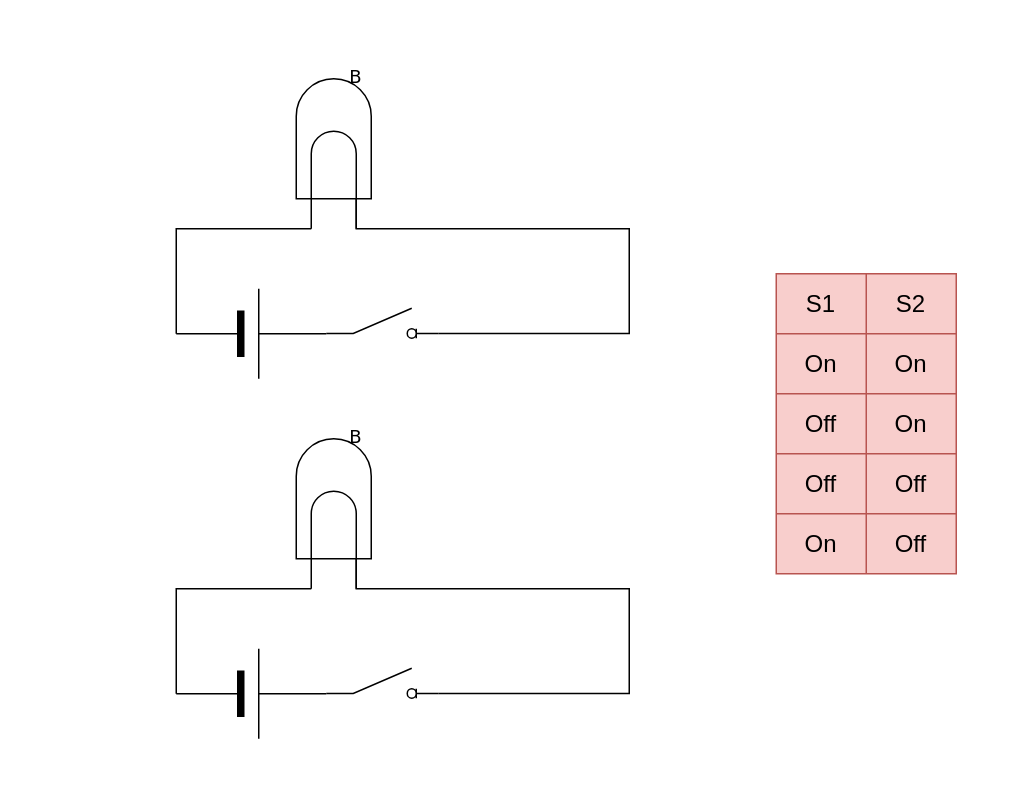
Above: page "Two Switches" (2 of 3) of Untitled Diagram.drawio in saumitraj/pythonforschool (draw.io), before the change. Source tidied: cells renumbered, new cells numbered last; positions are measured from the earlier drawing's top-left corner, leaving out a move shared by most shapes. Both pictures are drawn from the tidied source at 150%, with x=0, y=0 at pixel (176, 63).
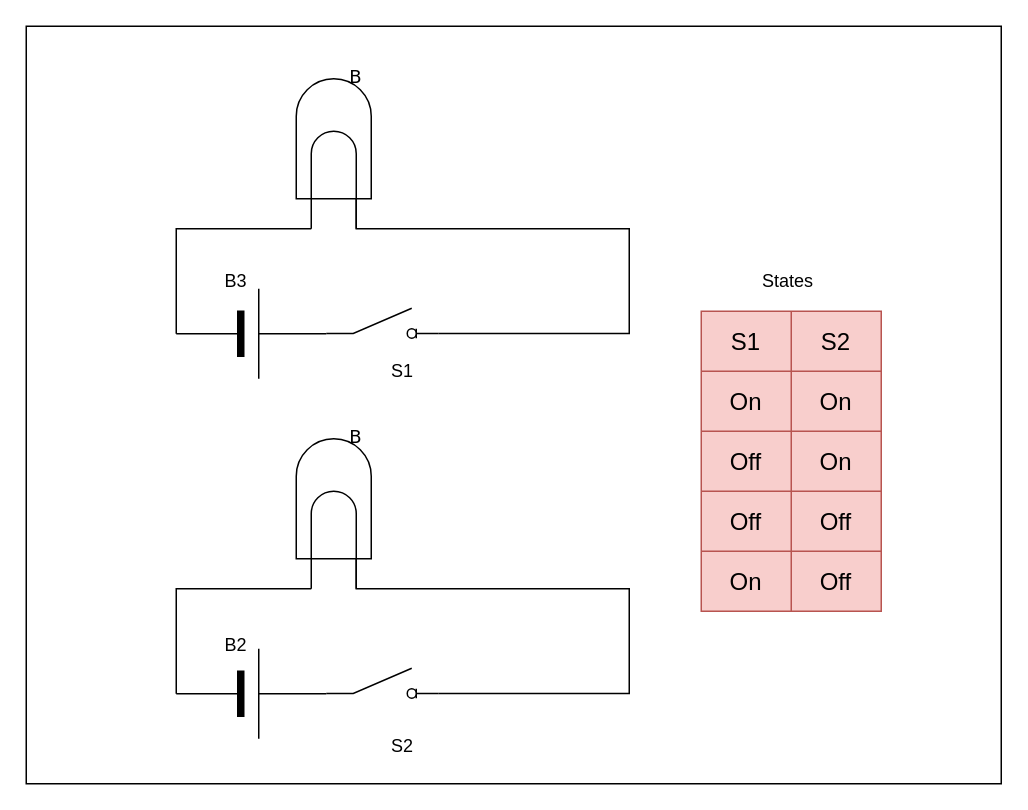
The same diagram, later.

What changed in the source:
```diff
@@
+    <mxCell id="33" style="rounded=0;whiteSpace=wrap;html=1;" parent="1" vertex="1">
+      <mxGeometry x="-100" y="-25" width="650" height="505" as="geometry" />
+    </mxCell>
     <mxCell id="2" style="group;" parent="1" vertex="1">
-      <mxGeometry width="302" height="210" as="geometry" />
+      <mxGeometry width="302" height="220" as="geometry" />
     </mxCell>
@@
+    <mxCell id="34" value="S1" style="text;html=1;align=center;verticalAlign=middle;whiteSpace=wrap;rounded=0;" parent="2" vertex="1">
+      <mxGeometry x="121" y="190" width="60" height="30" as="geometry" />
+    </mxCell>
+    <mxCell id="35" value="B3" style="text;html=1;align=center;verticalAlign=middle;whiteSpace=wrap;rounded=0;" parent="2" vertex="1">
+      <mxGeometry x="10" y="130" width="60" height="30" as="geometry" />
+    </mxCell>
     <mxCell id="9" style="group;" parent="1" vertex="1">
-      <mxGeometry y="240" width="302" height="210" as="geometry" />
+      <mxGeometry y="240" width="302" height="230" as="geometry" />
     </mxCell>
@@
+    <mxCell id="36" value="S2" style="text;html=1;align=center;verticalAlign=middle;whiteSpace=wrap;rounded=0;" parent="9" vertex="1">
+      <mxGeometry x="121" y="200" width="60" height="30" as="geometry" />
+    </mxCell>
+    <mxCell id="37" value="B2" style="text;html=1;align=center;verticalAlign=middle;whiteSpace=wrap;rounded=0;" parent="9" vertex="1">
+      <mxGeometry x="10" y="133" width="60" height="30" as="geometry" />
+    </mxCell>
@@
     <mxCell id="17" style="shape=table;startSize=0;childLayout=tableLayout;fontSize=16;fillColor=#f8cecc;strokeColor=#b85450;" parent="1" vertex="1">
-      <mxGeometry x="400" y="140" width="120" height="200" as="geometry" />
+      <mxGeometry x="350" y="165" width="120" height="200" as="geometry" />
     </mxCell>
@@
+    <mxCell id="38" value="States" style="text;html=1;align=center;verticalAlign=middle;whiteSpace=wrap;rounded=0;" parent="1" vertex="1">
+      <mxGeometry x="378" y="130" width="60" height="30" as="geometry" />
+    </mxCell>
```
